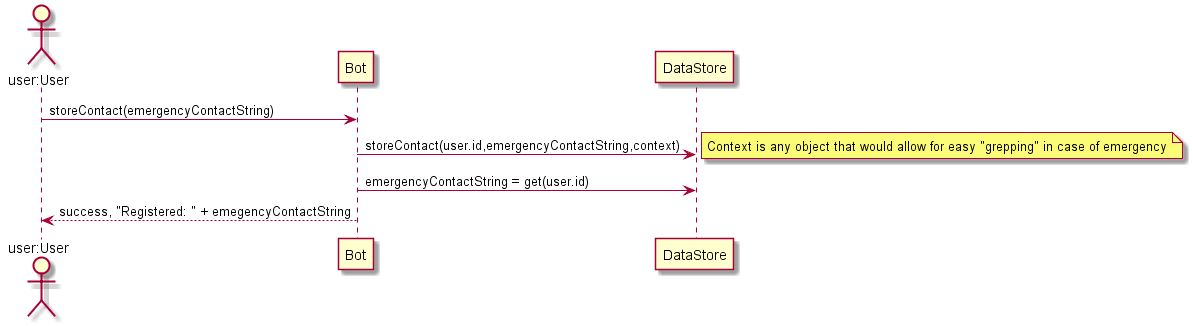
This is dynamic_register.png from surgeforward/911bot, a PlantUML export, as it was before one commit.
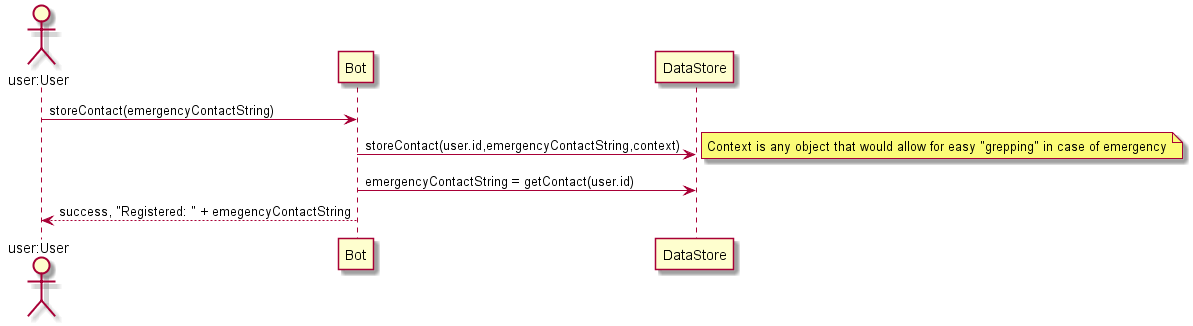
After the commit.

Diff of the diagram source:
```diff
@@ -4,6 +4,6 @@
 User -> Bot: storeContact(emergencyContactString)
 Bot -> DataStore: storeContact(user.id,emergencyContactString,context)
 note right: Context is any object that would allow for easy "grepping" in case of emergency
-Bot -> DataStore: emergencyContactString = get(user.id)
+Bot -> DataStore: emergencyContactString = getContact(user.id)
 Bot --> User: success, "Registered: " + emegencyContactString
 @enduml
```
